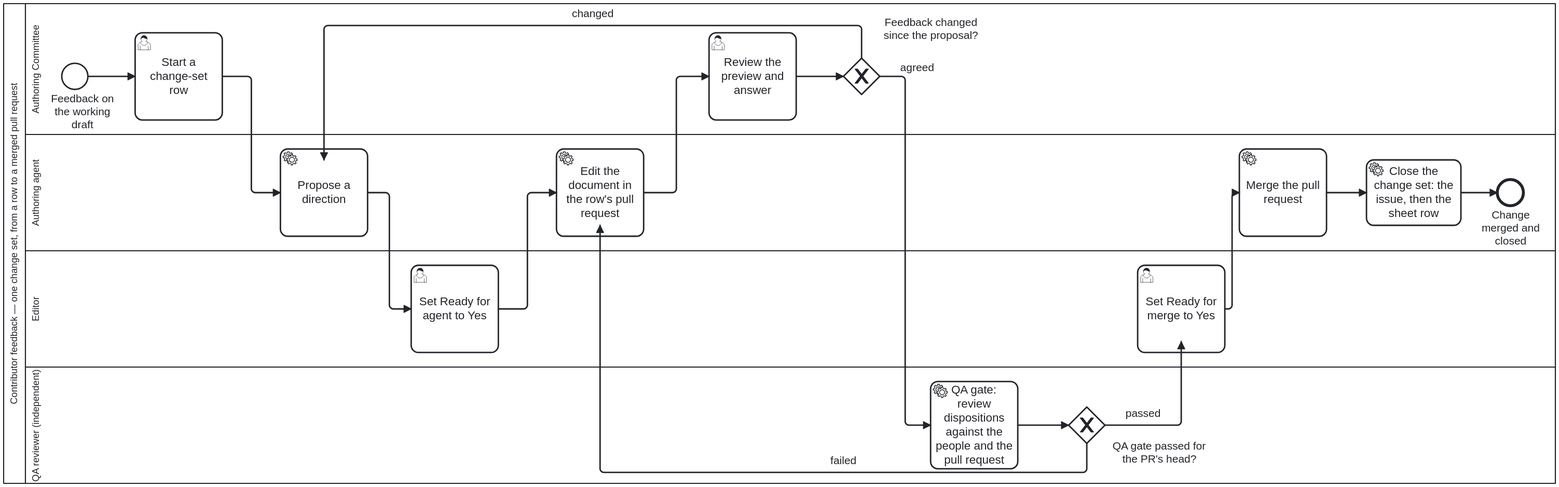
litlfred/folio-assistant-core keeps this BPMN diagram as processes/content/contributor-feedback.svg. Above is the earlier version. Its source is kept beside it as processes/content/contributor-feedback.bpmn. Ids are renumbered.
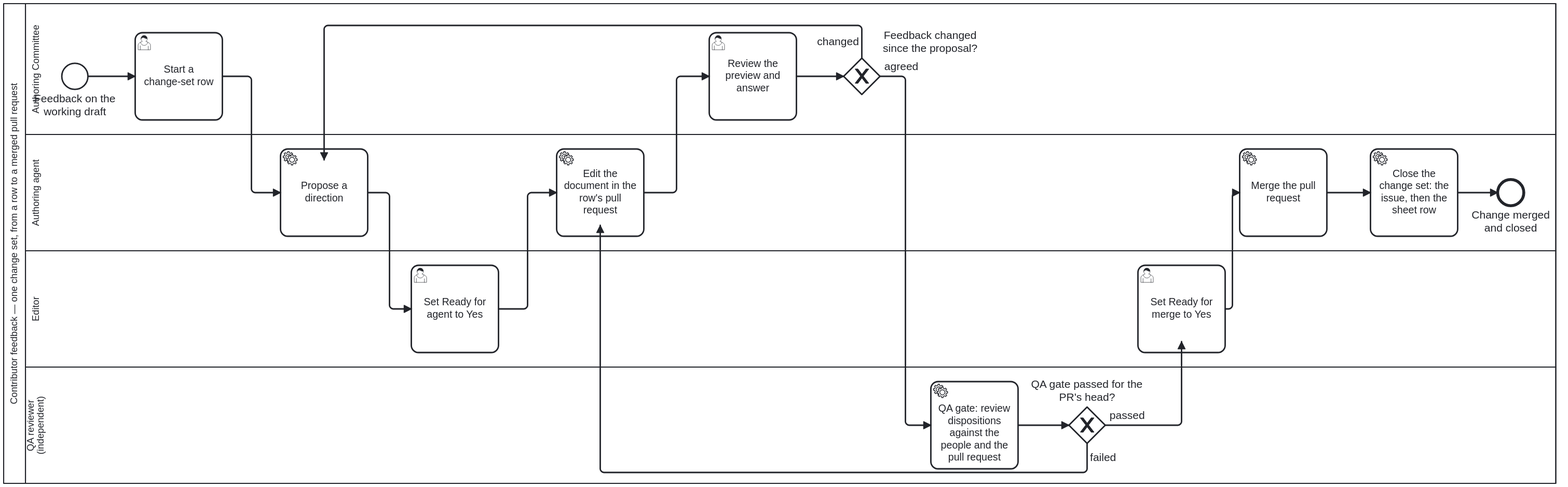
After the change.

Change to the diagram source:
```diff
@@ -188,7 +188,7 @@
       <bpmndi:BPMNShape id="StartEvent_Feedback_di" bpmnElement="StartEvent_Feedback">
         <dc:Bounds x="240" y="142" width="36" height="36" />
 
-      <bpmndi:BPMNLabel><dc:Bounds x="218.59" y="181.5" width="100" height="53" /></bpmndi:BPMNLabel></bpmndi:BPMNShape>
+      <bpmndi:BPMNLabel><dc:Bounds x="218.13" y="181.5" width="111.75" height="36" /></bpmndi:BPMNLabel></bpmndi:BPMNShape>
       <bpmndi:BPMNShape id="Task_StartRow_di" bpmnElement="Task_StartRow">
         <dc:Bounds x="341" y="100" width="120" height="120" />
       </bpmndi:BPMNShape>
@@ -219,7 +219,7 @@
 
       <bpmndi:BPMNLabel><dc:Bounds x="2189" y="342" width="90" height="30" /></bpmndi:BPMNLabel></bpmndi:BPMNShape>
       <bpmndi:BPMNShape id="Task_CloseChangeSet_di" bpmnElement="Task_CloseChangeSet">
-        <dc:Bounds x="2036" y="275" width="130" height="90" />
+        <dc:Bounds x="2041" y="260" width="120" height="120" />
       </bpmndi:BPMNShape>
       <bpmndi:BPMNEdge id="CF01_di" bpmnElement="CF01">
         <di:waypoint x="276" y="160" />
@@ -274,10 +274,10 @@
       </bpmndi:BPMNEdge>
       <bpmndi:BPMNEdge id="CF10_di" bpmnElement="CF10">
         <di:waypoint x="1981" y="320" />
-        <di:waypoint x="2036" y="320" />
+        <di:waypoint x="2041" y="320" />
       </bpmndi:BPMNEdge>
       <bpmndi:BPMNEdge id="CF14_di" bpmnElement="CF14">
-        <di:waypoint x="2166" y="320" />
+        <di:waypoint x="2161" y="320" />
         <di:waypoint x="2216" y="320" />
       </bpmndi:BPMNEdge>
       <bpmndi:BPMNEdge id="CF11_di" bpmnElement="CF11">
```
